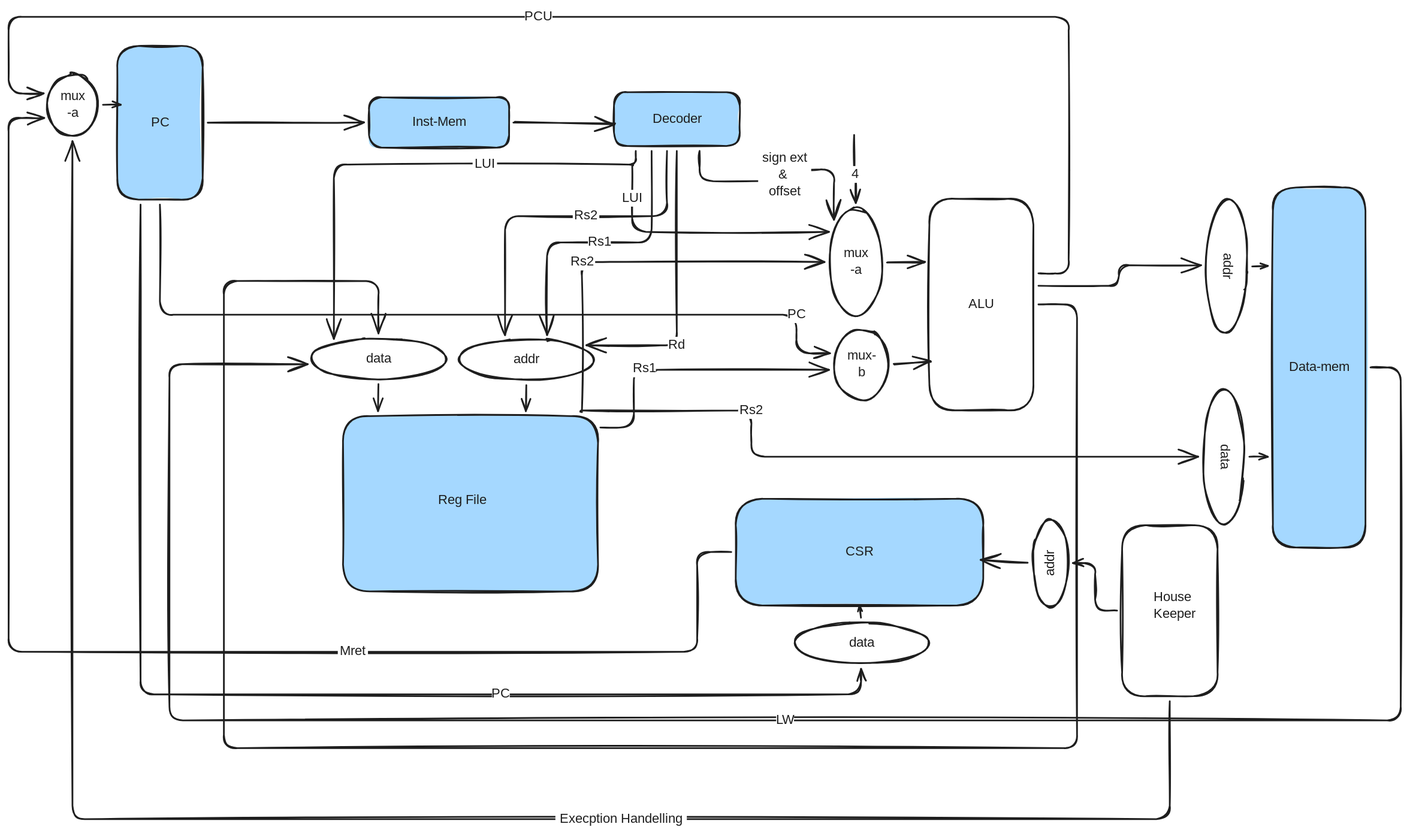
thatdanish/RippleV keeps this Excalidraw diagram as img/Overview.svg. Above is the earlier version. Source tidied: one line per element, renumbered; positions are measured from the earlier drawing's top-left corner, leaving out a move shared by most shapes.
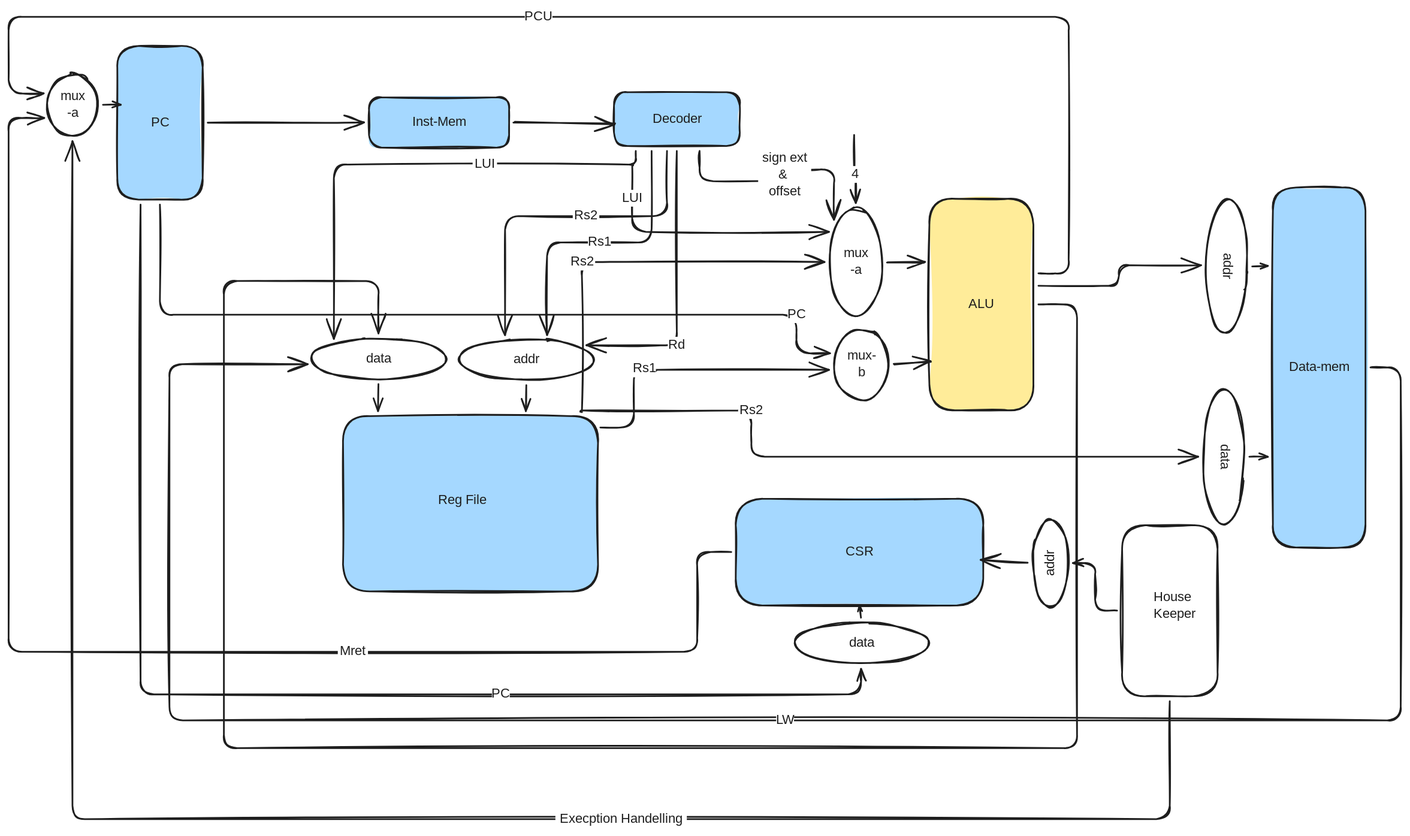
The same file after the commit.

What changed in the source:
```diff
@@ -3,7 +3,7 @@
 {"id": 2, "type": "rectangle", "strokeColor": "#1e1e1e", "backgroundColor": "#a5d8ff", "fillStyle": "solid", "strokeWidth": 2, "roughness": 1, "round": true, "x": 722, "y": 106, "width": 150, "height": 64}
 {"id": 3, "type": "text", "text": "Decoder", "strokeColor": "#1e1e1e", "strokeWidth": 2, "roughness": 1, "fontSize": 16, "fontFamily": 5, "textAlign": "center", "verticalAlign": "middle", "inside": 2, "x": 765, "y": 128, "width": 64, "height": 20}
 {"id": 4, "type": "arrow", "strokeColor": "#1e1e1e", "strokeWidth": 2, "roughness": 1, "endArrowhead": "arrow", "round": true, "from": 0, "to": 2, "x": 603, "y": 142, "width": 120, "height": 2, "points": [[0, 0], [120, 2]]}
-{"id": 5, "type": "rectangle", "strokeColor": "#1e1e1e", "strokeWidth": 2, "roughness": 1, "round": true, "x": 1098, "y": 233, "width": 124, "height": 252}
+{"id": 5, "type": "rectangle", "strokeColor": "#1e1e1e", "backgroundColor": "#ffec99", "fillStyle": "solid", "strokeWidth": 2, "roughness": 1, "round": true, "x": 1098, "y": 233, "width": 124, "height": 252}
 {"id": 6, "type": "text", "text": "ALU", "strokeColor": "#1e1e1e", "strokeWidth": 2, "roughness": 1, "fontSize": 16, "fontFamily": 5, "textAlign": "center", "verticalAlign": "middle", "inside": 5, "x": 1144, "y": 349, "width": 31, "height": 20}
 {"id": 7, "type": "ellipse", "strokeColor": "#1e1e1e", "strokeWidth": 2, "roughness": 1, "round": true, "x": 979, "y": 244, "width": 63, "height": 129}
 {"id": 8, "type": "text", "text": "mux\n-a", "strokeColor": "#1e1e1e", "strokeWidth": 2, "roughness": 1, "fontSize": 16, "fontFamily": 5, "textAlign": "center", "verticalAlign": "middle", "inside": 7, "x": 995, "y": 289, "width": 29, "height": 40}
```
